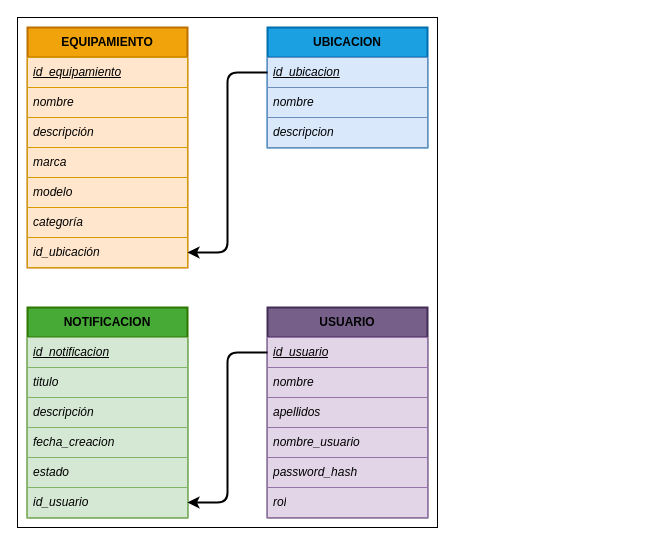
Before: page "MODELO DE DATOS" (1 of 3) of Documentacion/Reto_1_esquemaDB.dio in MedievAlex/DAW_Reto_1_Alex_Javier_Luis, a draw.io diagram. Source tidied: cells renumbered, new cells numbered last; positions are measured from the earlier drawing's top-left corner, leaving out a move shared by most shapes. Both pictures are drawn from the tidied source at 100%, with x=0, y=0 at pixel (17, 17).
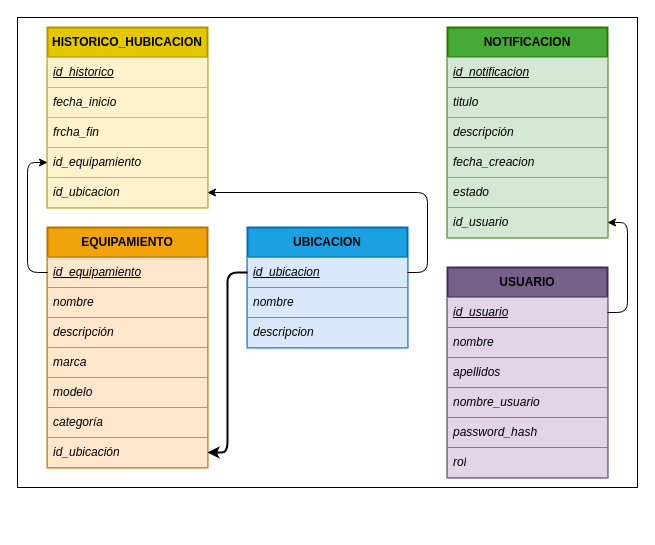
After the change.

The change refers to these unchanged cells:
```xml
<mxCell id="4" value="&lt;u&gt;id_equipamiento&lt;/u&gt;" style="text;strokeColor=#d79b00;fillColor=#ffe6cc;align=left;verticalAlign=middle;spacingLeft=4;spacingRight=4;overflow=hidden;points=[[0,0.5],[1,0.5]];portConstraint=eastwest;whiteSpace=wrap;html=1;fontStyle=2;" parent="3" vertex="1">
  <mxGeometry y="30" width="160" height="30" as="geometry" />
</mxCell>
<mxCell id="10" value="id_ubicación" style="text;strokeColor=#d79b00;fillColor=#ffe6cc;align=left;verticalAlign=middle;spacingLeft=4;spacingRight=4;overflow=hidden;points=[[0,0.5],[1,0.5]];portConstraint=eastwest;whiteSpace=wrap;html=1;fontStyle=2;" parent="3" vertex="1">
  <mxGeometry y="210" width="160" height="30" as="geometry" />
</mxCell>
<mxCell id="17" value="id_usuario" style="text;strokeColor=#82b366;fillColor=#d5e8d4;align=left;verticalAlign=middle;spacingLeft=4;spacingRight=4;overflow=hidden;points=[[0,0.5],[1,0.5]];portConstraint=eastwest;whiteSpace=wrap;html=1;fontStyle=2;" parent="11" vertex="1">
  <mxGeometry y="180" width="160" height="30" as="geometry" />
</mxCell>
<mxCell id="19" value="&lt;u&gt;id_usuario&lt;/u&gt;" style="text;strokeColor=#9673a6;fillColor=#e1d5e7;align=left;verticalAlign=middle;spacingLeft=4;spacingRight=4;overflow=hidden;points=[[0,0.5],[1,0.5]];portConstraint=eastwest;whiteSpace=wrap;html=1;fontStyle=2;" parent="18" vertex="1">
  <mxGeometry y="30" width="160" height="30" as="geometry" />
</mxCell>
<mxCell id="26" value="&lt;u&gt;id_ubicacion&lt;/u&gt;" style="text;strokeColor=#6c8ebf;fillColor=#dae8fc;align=left;verticalAlign=middle;spacingLeft=4;spacingRight=4;overflow=hidden;points=[[0,0.5],[1,0.5]];portConstraint=eastwest;whiteSpace=wrap;html=1;fontStyle=2;" parent="25" vertex="1">
  <mxGeometry y="30" width="160" height="30" as="geometry" />
</mxCell>
```

What changed in the source:
```diff
@@
     <mxCell id="2" style="rounded=0;whiteSpace=wrap;html=1;" parent="1" vertex="1">
-      <mxGeometry width="420" height="510" as="geometry" />
+      <mxGeometry width="620" height="470" as="geometry" />
     </mxCell>
     <mxCell id="3" value="&lt;b&gt;EQUIPAMIENTO&lt;/b&gt;" style="swimlane;fontStyle=0;horizontal=1;startSize=30;whiteSpace=wrap;html=1;fillColor=#f0a30a;strokeColor=#BD7000;fontColor=#000000;strokeWidth=2;" parent="1" vertex="1">
-      <mxGeometry x="10" y="10" width="160" height="240" as="geometry" />
+      <mxGeometry x="30" y="210" width="160" height="240" as="geometry" />
     </mxCell>
@@
     <mxCell id="11" value="&lt;span style=&quot;color: rgb(0, 0, 0);&quot;&gt;&lt;b&gt;NOTIFICACION&lt;/b&gt;&lt;/span&gt;" style="swimlane;fontStyle=0;horizontal=1;startSize=30;whiteSpace=wrap;html=1;fillColor=#47A936;strokeColor=#2D7600;fontColor=#ffffff;strokeWidth=2;" parent="1" vertex="1">
-      <mxGeometry x="10" y="290" width="160" height="210" as="geometry" />
+      <mxGeometry x="430" y="10" width="160" height="210" as="geometry" />
     </mxCell>
@@
     <mxCell id="18" value="&lt;span style=&quot;color: rgb(0, 0, 0);&quot;&gt;&lt;b&gt;USUARIO&lt;/b&gt;&lt;/span&gt;" style="swimlane;fontStyle=0;horizontal=1;startSize=30;whiteSpace=wrap;html=1;fillColor=#76608a;strokeColor=#432D57;fontColor=#ffffff;strokeWidth=2;" parent="1" vertex="1">
-      <mxGeometry x="250" y="290" width="160" height="210" as="geometry" />
+      <mxGeometry x="430" y="250" width="160" height="210" as="geometry" />
     </mxCell>
@@
     <mxCell id="25" value="&lt;span style=&quot;color: rgb(0, 0, 0);&quot;&gt;&lt;b&gt;UBICACION&lt;/b&gt;&lt;/span&gt;" style="swimlane;fontStyle=0;horizontal=1;startSize=30;whiteSpace=wrap;html=1;fillColor=#1ba1e2;strokeColor=#006EAF;fontColor=#ffffff;strokeWidth=2;" parent="1" vertex="1">
-      <mxGeometry x="250" y="10" width="160" height="120" as="geometry" />
+      <mxGeometry x="230" y="210" width="160" height="120" as="geometry" />
     </mxCell>
@@
     <mxCell id="29" style="edgeStyle=none;html=1;exitX=0;exitY=0.5;exitDx=0;exitDy=0;entryX=1;entryY=0.5;entryDx=0;entryDy=0;strokeWidth=2;" parent="1" edge="1" source="26" target="10">
       <mxGeometry relative="1" as="geometry">
         <Array as="points">
-          <mxPoint x="210" y="55" />
-          <mxPoint x="210" y="235" />
+          <mxPoint x="210" y="255" />
+          <mxPoint x="210" y="435" />
         </Array>
       </mxGeometry>
     </mxCell>
+    <mxCell id="31" value="&lt;span style=&quot;color: rgb(0, 0, 0);&quot;&gt;&lt;b&gt;HISTORICO_HUBICACION&lt;/b&gt;&lt;/span&gt;" style="swimlane;fontStyle=0;horizontal=1;startSize=30;whiteSpace=wrap;html=1;fillColor=#e3c800;strokeColor=#B09500;fontColor=#000000;strokeWidth=2;" parent="1" vertex="1">
+      <mxGeometry x="30" y="10" width="160" height="180" as="geometry" />
+    </mxCell>
+    <mxCell id="32" value="&lt;u&gt;id_historico&lt;/u&gt;" style="text;strokeColor=#d6b656;fillColor=#fff2cc;align=left;verticalAlign=middle;spacingLeft=4;spacingRight=4;overflow=hidden;whiteSpace=wrap;html=1;fontStyle=2;" parent="31" vertex="1">
+      <mxGeometry y="30" width="160" height="30" as="geometry" />
+    </mxCell>
+    <mxCell id="33" value="fecha_inicio" style="text;strokeColor=#d6b656;fillColor=#fff2cc;align=left;verticalAlign=middle;spacingLeft=4;spacingRight=4;overflow=hidden;whiteSpace=wrap;html=1;fontStyle=2;" parent="31" vertex="1">
+      <mxGeometry y="60" width="160" height="30" as="geometry" />
+    </mxCell>
+    <mxCell id="34" value="frcha_fin" style="text;strokeColor=#d6b656;fillColor=#fff2cc;align=left;verticalAlign=middle;spacingLeft=4;spacingRight=4;overflow=hidden;whiteSpace=wrap;html=1;fontStyle=2;" parent="31" vertex="1">
+      <mxGeometry y="90" width="160" height="30" as="geometry" />
+    </mxCell>
+    <mxCell id="35" value="id_equipamiento" style="text;strokeColor=#d6b656;fillColor=#fff2cc;align=left;verticalAlign=middle;spacingLeft=4;spacingRight=4;overflow=hidden;whiteSpace=wrap;html=1;fontStyle=2;" parent="31" vertex="1">
+      <mxGeometry y="120" width="160" height="30" as="geometry" />
+    </mxCell>
+    <mxCell id="36" value="id_ubicacion" style="text;strokeColor=#d6b656;fillColor=#fff2cc;align=left;verticalAlign=middle;spacingLeft=4;spacingRight=4;overflow=hidden;points=[[0,0.5],[1,0.5]];portConstraint=eastwest;whiteSpace=wrap;html=1;fontStyle=2;" parent="31" vertex="1">
+      <mxGeometry y="150" width="160" height="30" as="geometry" />
+    </mxCell>
+    <mxCell id="37" style="edgeStyle=none;html=1;exitX=0;exitY=0.5;exitDx=0;exitDy=0;entryX=0;entryY=0.75;entryDx=0;entryDy=0;" parent="1" edge="1" source="4" target="31">
+      <mxGeometry relative="1" as="geometry">
+        <Array as="points">
+          <mxPoint x="10" y="255" />
+          <mxPoint x="10" y="145" />
+        </Array>
+      </mxGeometry>
+    </mxCell>
+    <mxCell id="38" style="edgeStyle=none;html=1;exitX=1;exitY=0.5;exitDx=0;exitDy=0;entryX=1;entryY=0.5;entryDx=0;entryDy=0;" parent="1" edge="1" source="26" target="36">
+      <mxGeometry relative="1" as="geometry">
+        <Array as="points">
+          <mxPoint x="410" y="255" />
+          <mxPoint x="410" y="175" />
+        </Array>
+      </mxGeometry>
+    </mxCell>
-    <mxCell id="30" style="edgeStyle=none;html=1;exitX=0;exitY=0.5;exitDx=0;exitDy=0;entryX=1;entryY=0.5;entryDx=0;entryDy=0;strokeWidth=2;" parent="1" edge="1" source="19" target="17">
+    <mxCell id="30" style="edgeStyle=none;html=1;exitX=1;exitY=0.5;exitDx=0;exitDy=0;entryX=1;entryY=0.5;entryDx=0;entryDy=0;" parent="1" edge="1" source="19" target="17">
       <mxGeometry relative="1" as="geometry">
         <Array as="points">
-          <mxPoint x="210" y="335" />
-          <mxPoint x="210" y="485" />
+          <mxPoint x="610" y="295" />
+          <mxPoint x="610" y="205" />
         </Array>
       </mxGeometry>
     </mxCell>
```
